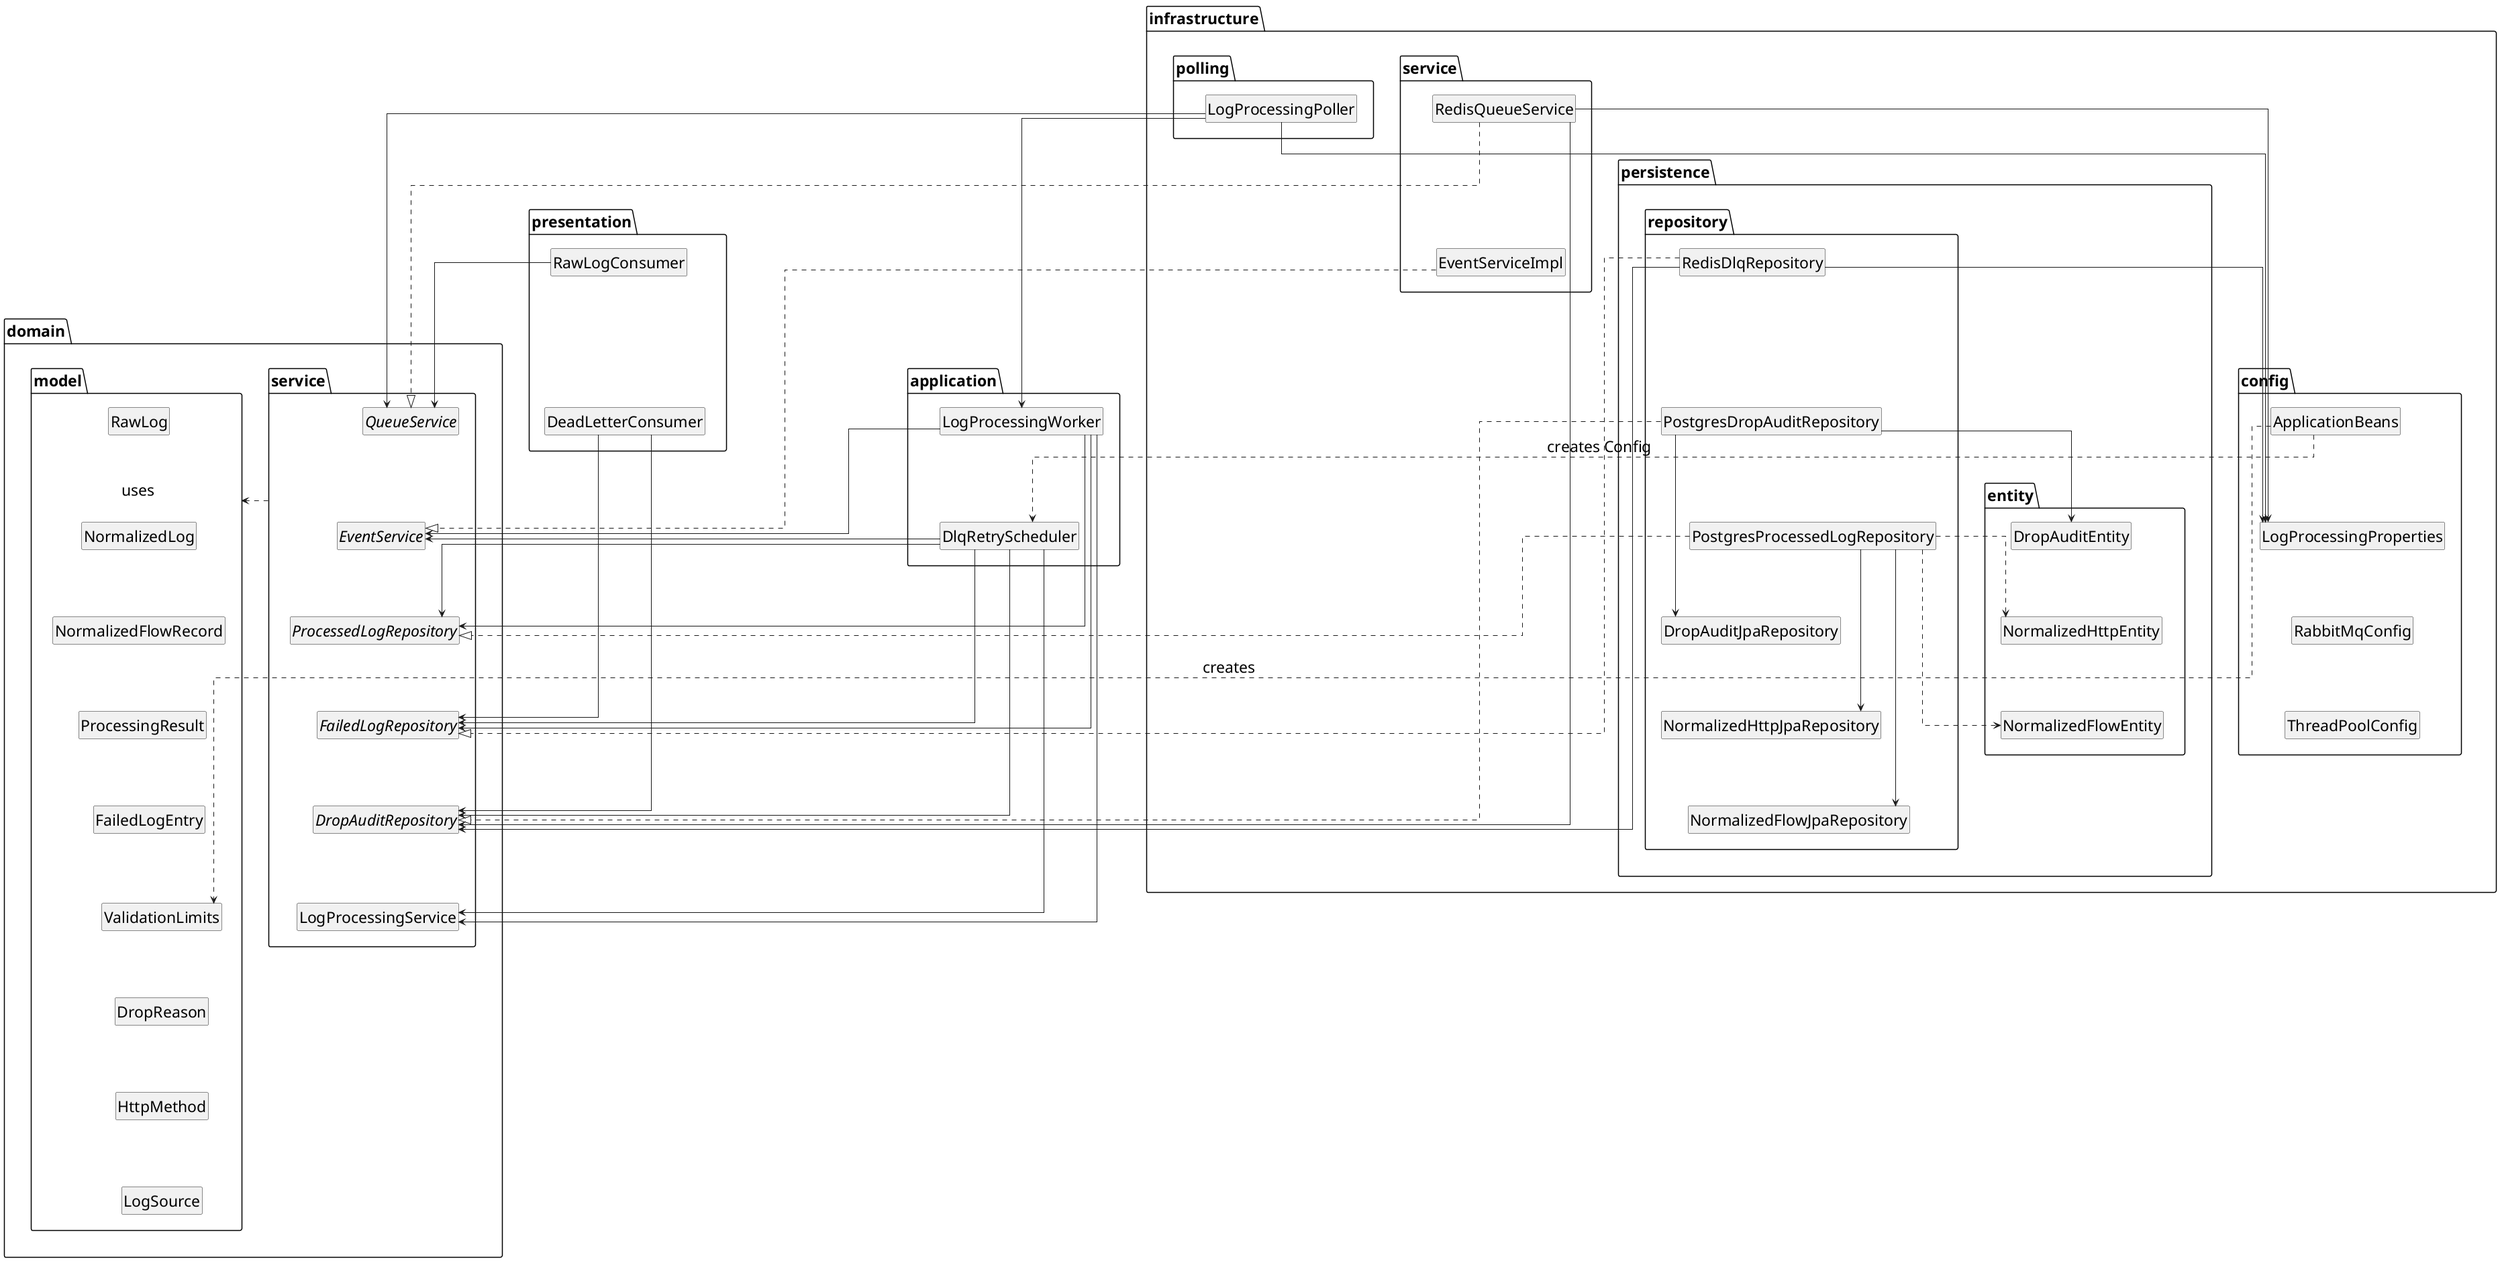
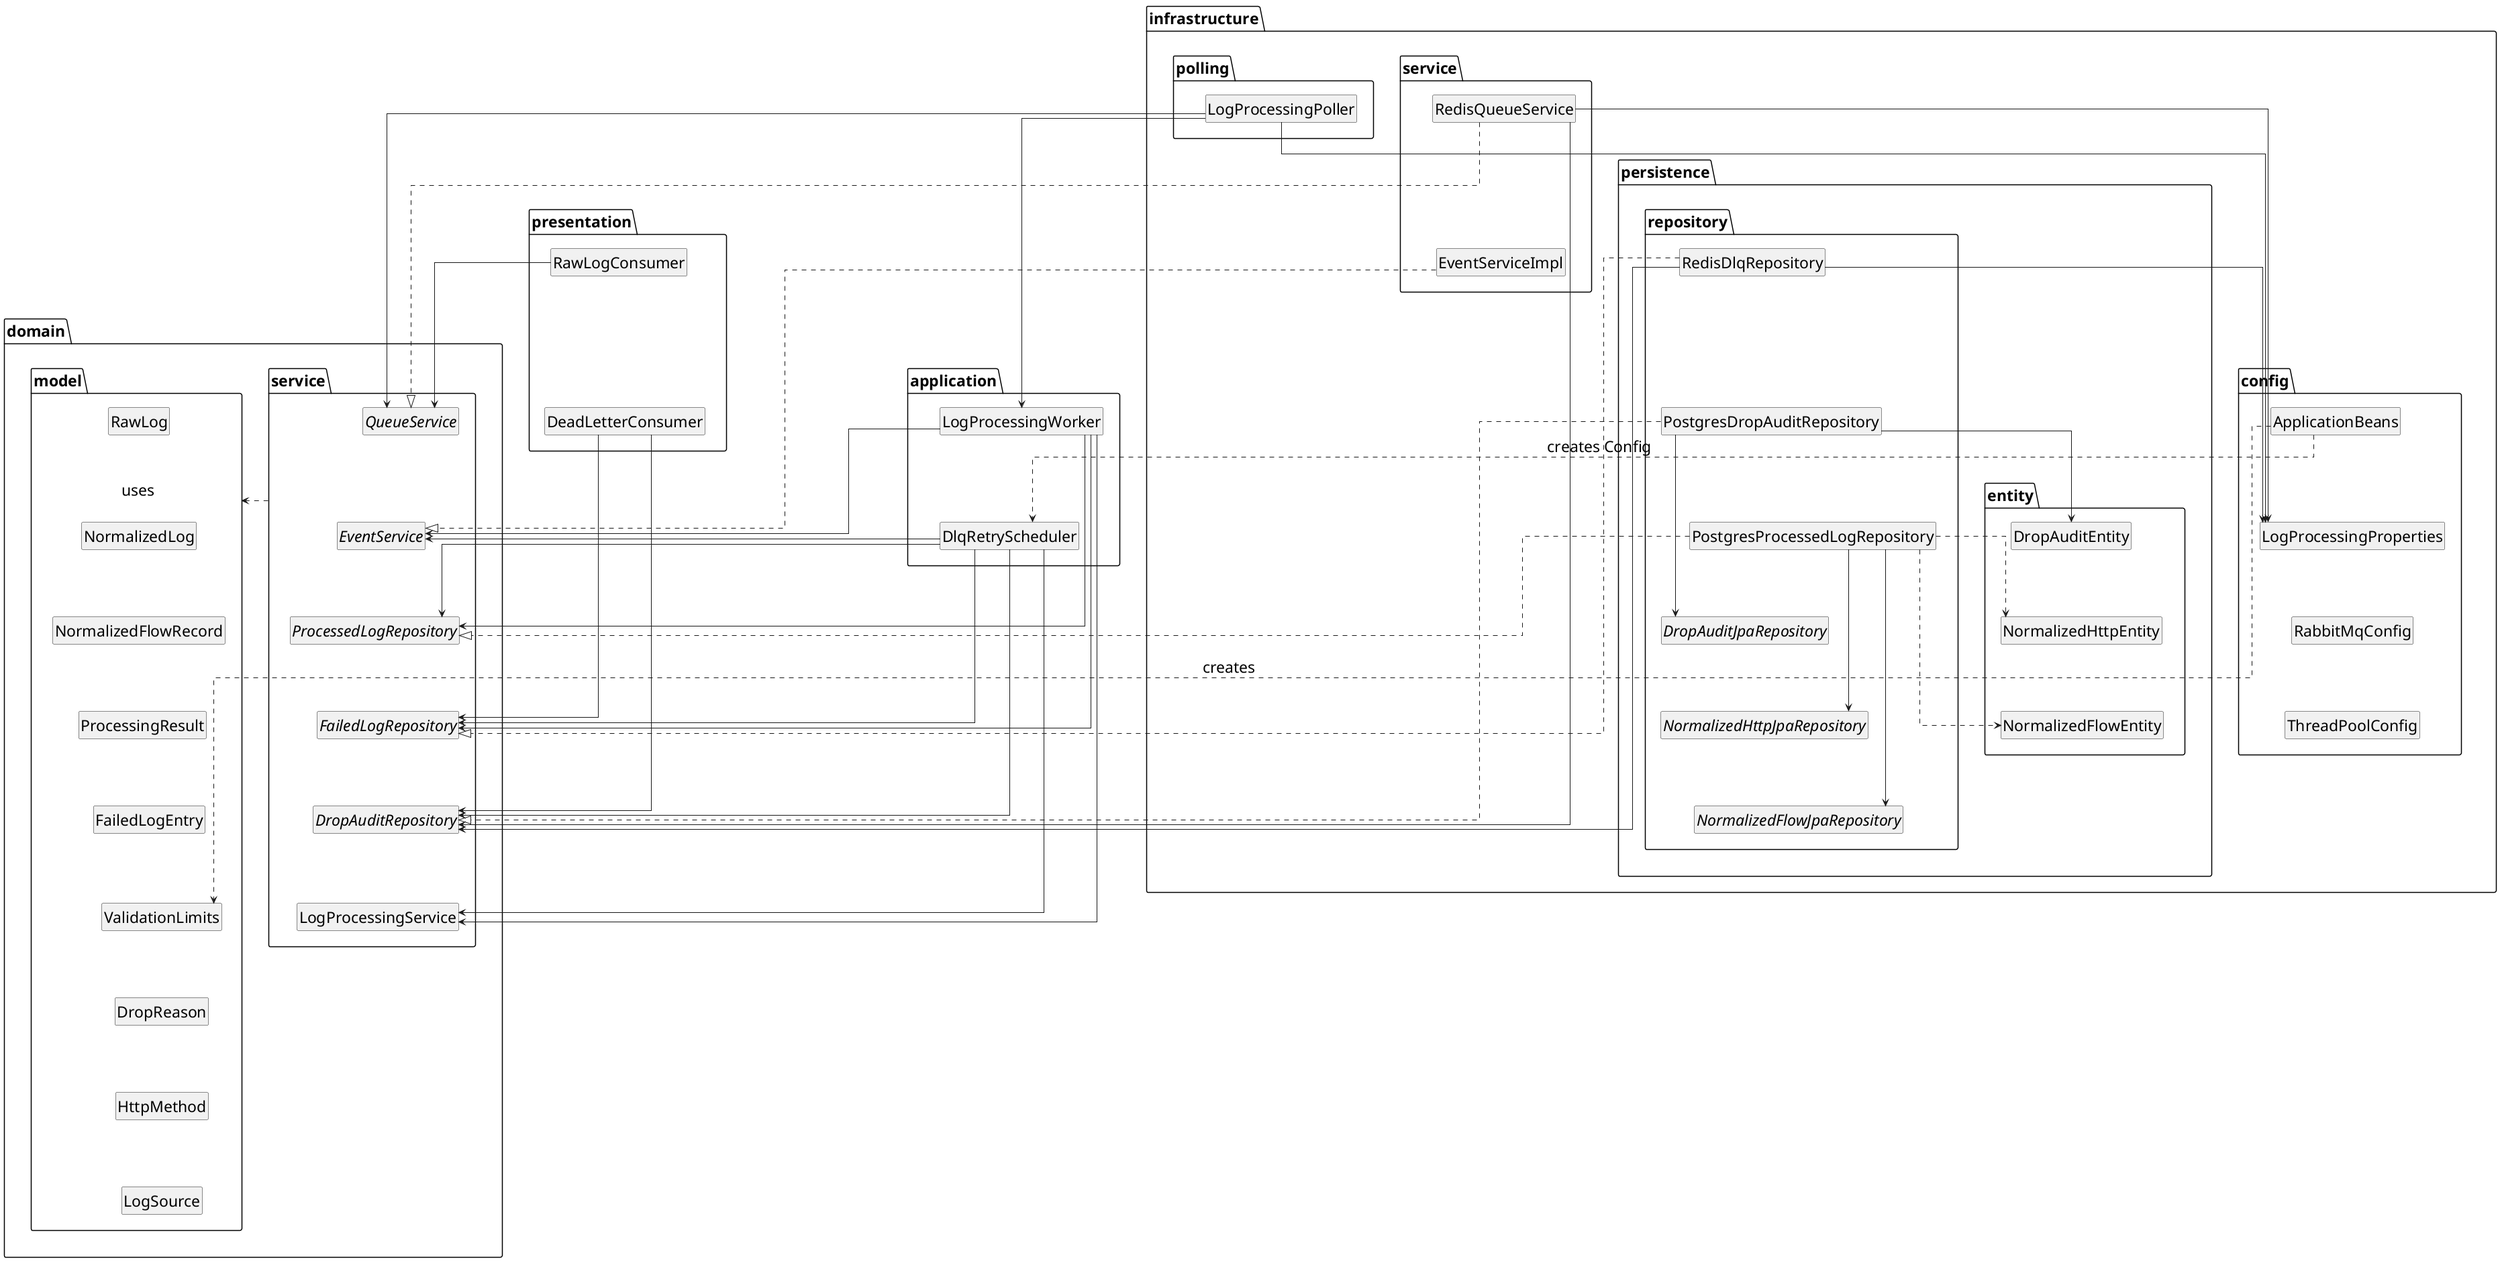
@startuml log-processing
top to bottom direction

skinparam packageStyle folder
skinparam linetype ortho
skinparam ranksep 100
skinparam nodesep 40
skinparam DefaultFontSize 23

hide circle
hide empty members

' ---- Layout / Together groups ----
together {
  package "domain.service" {
    interface QueueService
    interface EventService
    interface ProcessedLogRepository
    interface FailedLogRepository
    interface DropAuditRepository
    class LogProcessingService

    QueueService -[hidden]down- EventService
    EventService -[hidden]down- ProcessedLogRepository
    ProcessedLogRepository -[hidden]down- FailedLogRepository
    FailedLogRepository -[hidden]down- DropAuditRepository
    DropAuditRepository -[hidden]down- LogProcessingService
  }

  package "domain.model" {
    class RawLog
    class NormalizedLog
    class NormalizedFlowRecord
    class ProcessingResult
    class FailedLogEntry
    class ValidationLimits
    class DropReason
    class HttpMethod
    class LogSource

    RawLog -[hidden]down- NormalizedLog
    NormalizedLog -[hidden]down- NormalizedFlowRecord
    NormalizedFlowRecord -[hidden]down- ProcessingResult
    ProcessingResult -[hidden]down- FailedLogEntry
    FailedLogEntry -[hidden]down- ValidationLimits
    ValidationLimits -[hidden]down- DropReason
    DropReason -[hidden]down- HttpMethod
    HttpMethod -[hidden]down- LogSource
  }
}

together {
  package application {
    class LogProcessingWorker
    class DlqRetryScheduler

    LogProcessingWorker -[hidden]down- DlqRetryScheduler
  }
}

together {
  package presentation {
    class RawLogConsumer
    class DeadLetterConsumer

    RawLogConsumer -[hidden]down- DeadLetterConsumer
  }
}

together {
  package "infrastructure.polling" {
    class LogProcessingPoller
  }

  package "infrastructure.service" {
    class RedisQueueService
    class EventServiceImpl

    RedisQueueService -[hidden]down- EventServiceImpl
  }
}

together {
  package "infrastructure.persistence.repository" {
    class RedisDlqRepository
    class PostgresDropAuditRepository
    class PostgresProcessedLogRepository
-     class DropAuditJpaRepository
-     class NormalizedHttpJpaRepository
-     class NormalizedFlowJpaRepository
+     interface DropAuditJpaRepository
+     interface NormalizedHttpJpaRepository
+     interface NormalizedFlowJpaRepository

    RedisDlqRepository -[hidden]down- PostgresDropAuditRepository
    PostgresDropAuditRepository -[hidden]down- PostgresProcessedLogRepository
    PostgresProcessedLogRepository -[hidden]down- DropAuditJpaRepository
    DropAuditJpaRepository -[hidden]down- NormalizedHttpJpaRepository
    NormalizedHttpJpaRepository -[hidden]down- NormalizedFlowJpaRepository
  }

  package "infrastructure.persistence.entity" {
    class DropAuditEntity
    class NormalizedHttpEntity
    class NormalizedFlowEntity

    DropAuditEntity -[hidden]down- NormalizedHttpEntity
    NormalizedHttpEntity -[hidden]down- NormalizedFlowEntity
  }
}

together {
  package "infrastructure.config" {
    class ApplicationBeans
    class LogProcessingProperties
    class RabbitMqConfig
    class ThreadPoolConfig

    ApplicationBeans -[hidden]down- LogProcessingProperties
    LogProcessingProperties -[hidden]down- RabbitMqConfig
    RabbitMqConfig -[hidden]down- ThreadPoolConfig
  }
}

' ---- Layer Order ----
"domain.service" -[hidden]down- application
application -[hidden]down- presentation
presentation -[hidden]down- "infrastructure.polling"
"infrastructure.polling" -[hidden]down- "infrastructure.persistence.repository"
"infrastructure.persistence.repository" -[hidden]down- "infrastructure.config"

"domain.service" -[hidden]right- "domain.model"
"infrastructure.polling" -[hidden]right- "infrastructure.service"
"infrastructure.persistence.repository" -[hidden]right- "infrastructure.persistence.entity"

' ---- presentation -> application & domain.service ----
RawLogConsumer --> QueueService
DeadLetterConsumer --> DropAuditRepository
DeadLetterConsumer --> FailedLogRepository

' ---- application -> domain.service ----
LogProcessingWorker --> LogProcessingService
LogProcessingWorker --> EventService
LogProcessingWorker --> ProcessedLogRepository
LogProcessingWorker --> FailedLogRepository

DlqRetryScheduler --> FailedLogRepository
DlqRetryScheduler --> LogProcessingService
DlqRetryScheduler --> EventService
DlqRetryScheduler --> ProcessedLogRepository
DlqRetryScheduler --> DropAuditRepository

' ---- domain.service -> domain.model (package-level, kept minimal) ----
"domain.service" ..> "domain.model" : uses

' ---- infrastructure.polling -> application & domain.service ----
LogProcessingPoller --> QueueService
LogProcessingPoller --> LogProcessingWorker
LogProcessingPoller --> LogProcessingProperties

' ---- infrastructure implementations of domain.service ----
RedisQueueService ..|> QueueService
EventServiceImpl ..|> EventService
RedisDlqRepository ..|> FailedLogRepository
PostgresDropAuditRepository ..|> DropAuditRepository
PostgresProcessedLogRepository ..|> ProcessedLogRepository

RedisQueueService --> DropAuditRepository
RedisDlqRepository --> DropAuditRepository

' ---- infrastructure -> config ----
RedisQueueService --> LogProcessingProperties
RedisDlqRepository --> LogProcessingProperties

' ---- repository -> entity ----
PostgresDropAuditRepository --> DropAuditJpaRepository
PostgresDropAuditRepository --> DropAuditEntity
PostgresProcessedLogRepository --> NormalizedHttpJpaRepository
PostgresProcessedLogRepository --> NormalizedFlowJpaRepository
PostgresProcessedLogRepository ..> NormalizedHttpEntity
PostgresProcessedLogRepository ..> NormalizedFlowEntity

' ---- config ----
ApplicationBeans ..> ValidationLimits : creates
ApplicationBeans ..> DlqRetryScheduler : creates Config

@enduml
